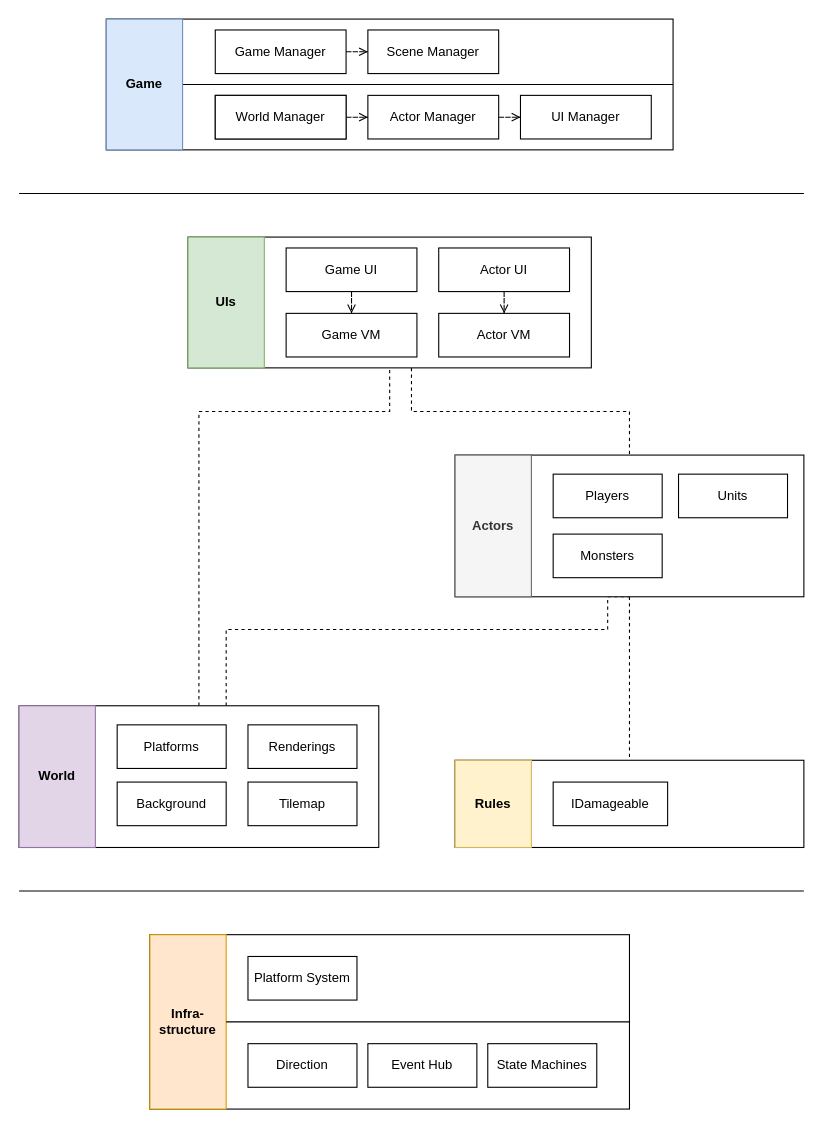
The draw.io diagram Assets/System Design/게임 구성.drawio in clssl15-Org/ProjectH, before the edit. Source tidied: cells renumbered, new cells numbered last; positions are measured from the earlier drawing's top-left corner, leaving out a move shared by most shapes. Both pictures are drawn from the tidied source at 109%, with x=0, y=0 at pixel (19, 19).
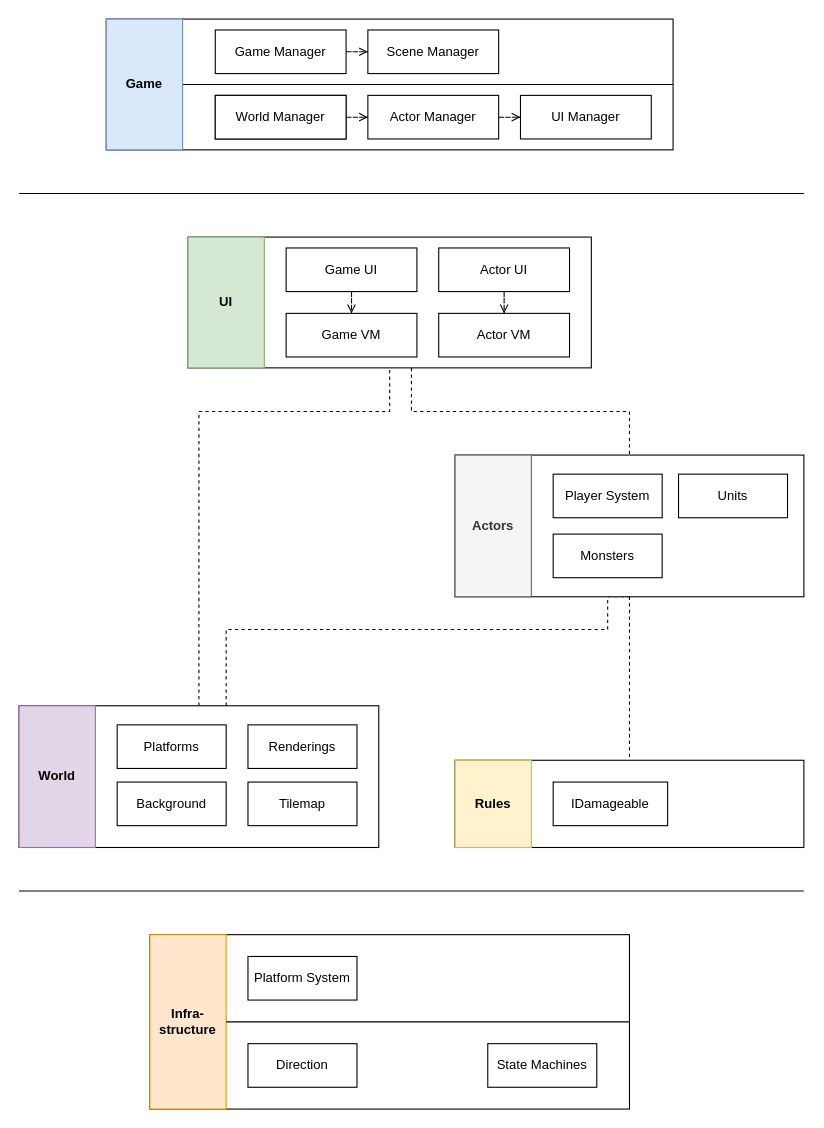
The same page after the edit.

The edit, as a diff of the source:
```diff
@@
-    <mxCell id="11" value="Event Hub" style="rounded=0;whiteSpace=wrap;html=1;" parent="1" vertex="1">
-      <mxGeometry x="320" y="940" width="100" height="40" as="geometry" />
-    </mxCell>
@@
-    <mxCell id="23" value="Players" style="rounded=0;whiteSpace=wrap;html=1;" parent="1" vertex="1">
+    <mxCell id="23" value="Player System" style="rounded=0;whiteSpace=wrap;html=1;" parent="1" vertex="1">
       <mxGeometry x="490" y="417.5" width="100" height="40" as="geometry" />
     </mxCell>
@@
-    <mxCell id="33" value="&lt;b&gt;UIs&lt;/b&gt;" style="rounded=0;whiteSpace=wrap;html=1;fillColor=#d5e8d4;strokeColor=#82b366;" parent="1" vertex="1">
+    <mxCell id="33" value="&lt;b&gt;UI&lt;/b&gt;" style="rounded=0;whiteSpace=wrap;html=1;fillColor=#d5e8d4;strokeColor=#82b366;" parent="1" vertex="1">
       <mxGeometry x="155" y="200" width="70" height="120" as="geometry" />
     </mxCell>
```
